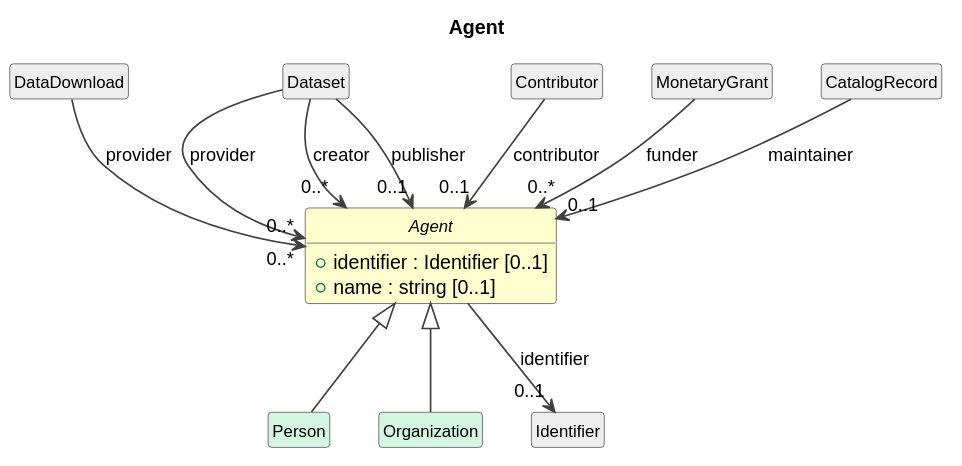
Cross-Domain-Interoperability-Framework/metadataBuildingBlocks keeps this PlantUML diagram as cdif-uml-model/_plantuml/cdifDataDescription/Classes/Agent.svg. Above is the earlier version.
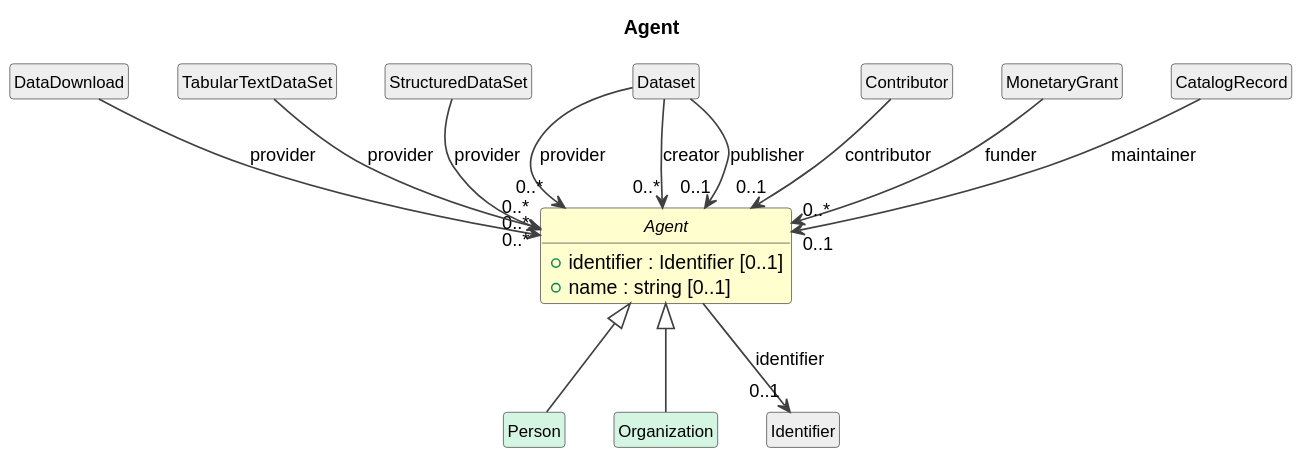
The same diagram one commit later.

Diff of the diagram source:
```diff
@@ -20,6 +20,10 @@
 Agent <|-- Organization
 class "DataDownload" as DataDownload #EEEEEE
 DataDownload --> "0..*" Agent : provider
+class "TabularTextDataSet" as TabularTextDataSet #EEEEEE
+TabularTextDataSet --> "0..*" Agent : provider
+class "StructuredDataSet" as StructuredDataSet #EEEEEE
+StructuredDataSet --> "0..*" Agent : provider
 class "Dataset" as Dataset #EEEEEE
 Dataset --> "0..*" Agent : provider
 Dataset --> "0..*" Agent : creator
```
